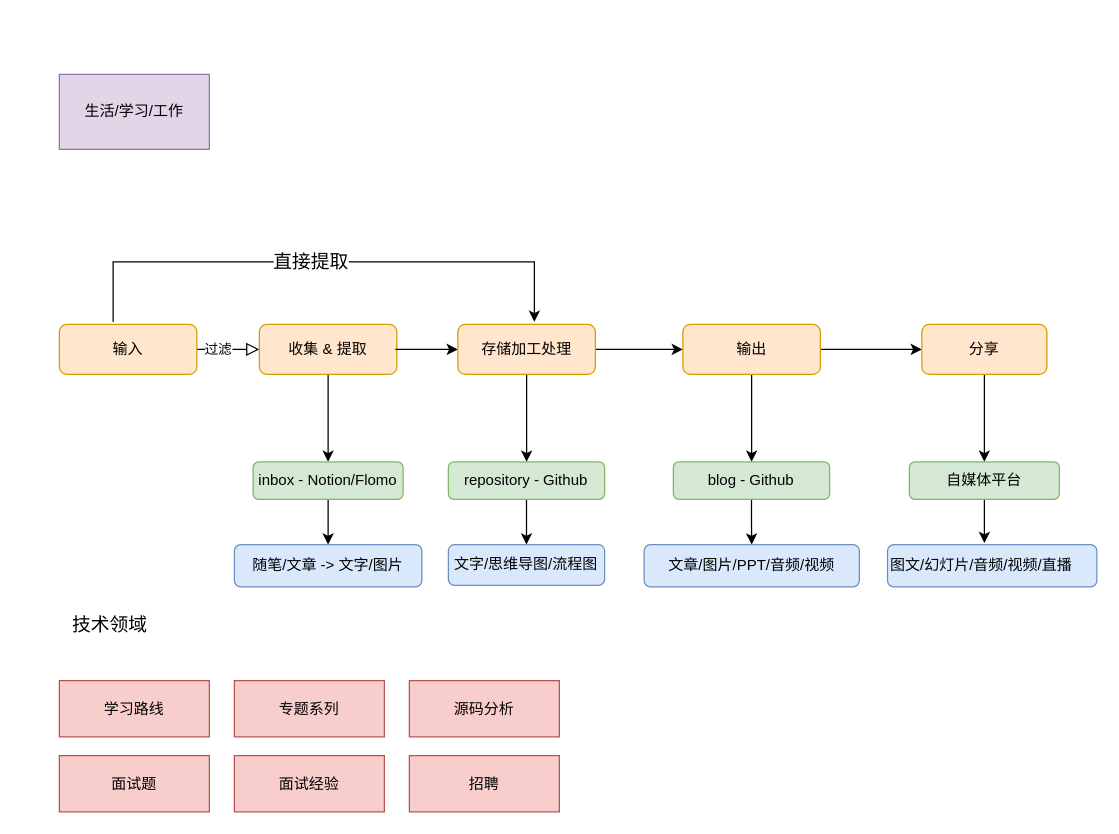
Before: 方法论/输入和输出体系.drawio in caijinlin/repository, a draw.io diagram. Source tidied: cells renumbered, new cells numbered last; positions are measured from the earlier drawing's top-left corner, leaving out a move shared by most shapes. Both pictures are drawn from the tidied source at 125%, with x=0, y=0 at pixel (59, 74).
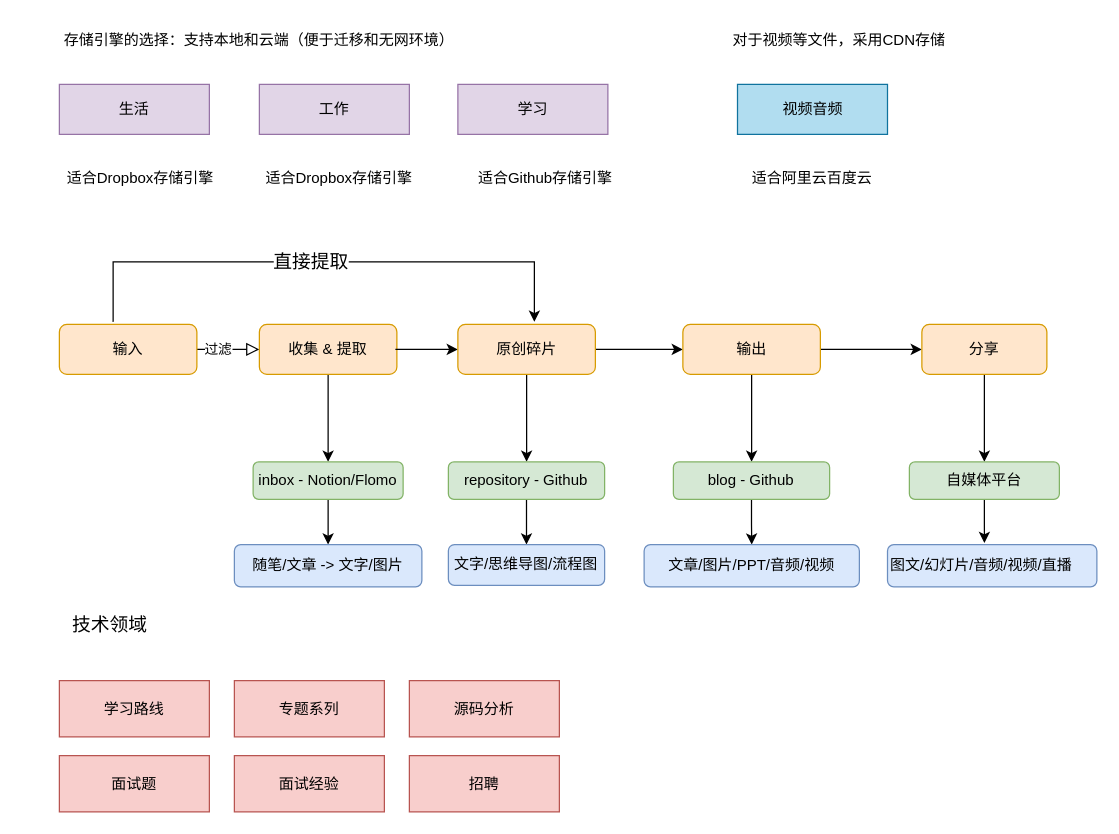
The same page after the edit.

Commit message:
Update 输入和输出体系.drawio

The edit, as a diff of the source:
```diff
@@
-    <mxCell id="14" value="存储加工处理" style="rounded=1;whiteSpace=wrap;html=1;fontSize=12;glass=0;strokeWidth=1;shadow=0;fillColor=#ffe6cc;strokeColor=#d79b00;" parent="1" vertex="1">
+    <mxCell id="14" value="原创碎片" style="rounded=1;whiteSpace=wrap;html=1;fontSize=12;glass=0;strokeWidth=1;shadow=0;fillColor=#ffe6cc;strokeColor=#d79b00;" parent="1" vertex="1">
       <mxGeometry x="318.8" y="200" width="110" height="40" as="geometry" />
     </mxCell>
@@
-    <mxCell id="22" value="生活/学习/工作" style="rounded=0;whiteSpace=wrap;html=1;fillColor=#e1d5e7;strokeColor=#9673a6;" parent="1" vertex="1">
-      <mxGeometry width="120" height="60" as="geometry" />
+    <mxCell id="22" value="生活" style="rounded=0;whiteSpace=wrap;html=1;fillColor=#e1d5e7;strokeColor=#9673a6;" parent="1" vertex="1">
+      <mxGeometry y="8" width="120" height="40" as="geometry" />
     </mxCell>
@@
+    <mxCell id="38" value="工作" style="rounded=0;whiteSpace=wrap;html=1;fillColor=#e1d5e7;strokeColor=#9673a6;" parent="1" vertex="1">
+      <mxGeometry x="160" y="8" width="120" height="40" as="geometry" />
+    </mxCell>
+    <mxCell id="39" value="学习" style="rounded=0;whiteSpace=wrap;html=1;fillColor=#e1d5e7;strokeColor=#9673a6;" parent="1" vertex="1">
+      <mxGeometry x="318.8" y="8" width="120" height="40" as="geometry" />
+    </mxCell>
+    <mxCell id="40" value="适合Dropbox存储引擎" style="text;html=1;strokeColor=none;fillColor=none;align=center;verticalAlign=middle;whiteSpace=wrap;rounded=0;" parent="1" vertex="1">
+      <mxGeometry x="164" y="68" width="120" height="30" as="geometry" />
+    </mxCell>
+    <mxCell id="41" value="适合Github存储引擎" style="text;html=1;strokeColor=none;fillColor=none;align=center;verticalAlign=middle;whiteSpace=wrap;rounded=0;" parent="1" vertex="1">
+      <mxGeometry x="328.8" y="68" width="120" height="30" as="geometry" />
+    </mxCell>
+    <mxCell id="42" value="适合Dropbox存储引擎" style="text;html=1;strokeColor=none;fillColor=none;align=center;verticalAlign=middle;whiteSpace=wrap;rounded=0;" parent="1" vertex="1">
+      <mxGeometry y="68" width="130" height="30" as="geometry" />
+    </mxCell>
+    <mxCell id="43" value="存储引擎的选择：支持本地和云端（便于迁移和无网环境）" style="text;html=1;strokeColor=none;fillColor=none;align=center;verticalAlign=middle;whiteSpace=wrap;rounded=0;" parent="1" vertex="1">
+      <mxGeometry x="-30" y="-42" width="380" height="30" as="geometry" />
+    </mxCell>
+    <mxCell id="44" value="视频音频" style="rounded=0;whiteSpace=wrap;html=1;fillColor=#b1ddf0;strokeColor=#10739e;" parent="1" vertex="1">
+      <mxGeometry x="542.5" y="8" width="120" height="40" as="geometry" />
+    </mxCell>
+    <mxCell id="45" value="适合阿里云百度云" style="text;html=1;strokeColor=none;fillColor=none;align=center;verticalAlign=middle;whiteSpace=wrap;rounded=0;" parent="1" vertex="1">
+      <mxGeometry x="550" y="68" width="105" height="30" as="geometry" />
+    </mxCell>
+    <mxCell id="46" value="对于视频等文件，采用CDN存储" style="text;html=1;strokeColor=none;fillColor=none;align=center;verticalAlign=middle;whiteSpace=wrap;rounded=0;" parent="1" vertex="1">
+      <mxGeometry x="438.8" y="-42" width="370" height="30" as="geometry" />
+    </mxCell>
```
